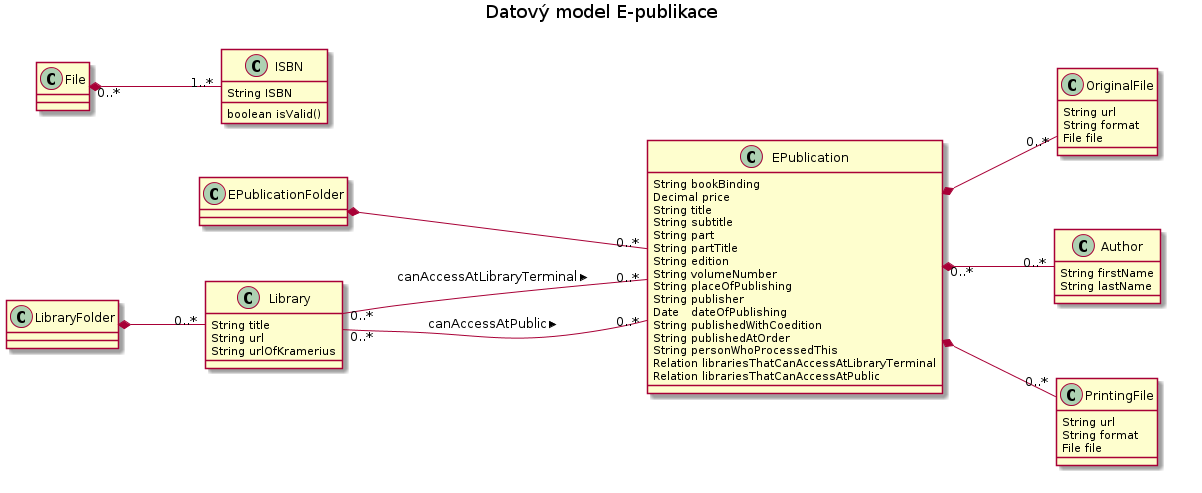
Above: docs/dm01.png in edeposit/edeposit.policy (PlantUML), before the change.
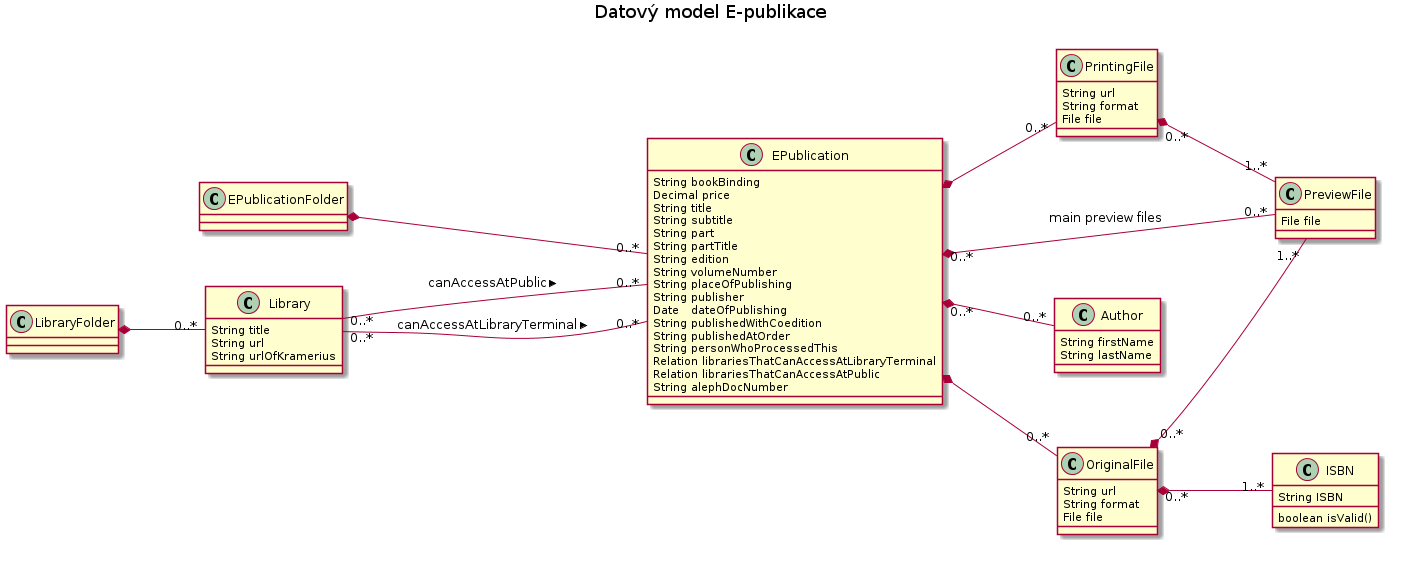
Above is the later version.

Commit message:
added new content PreviewFile

Change to the diagram source:
```diff
@@ -12,6 +12,10 @@
 class ISBN {
       String ISBN
       boolean isValid()
+}
+
+class PreviewFile {
+      File file
 }
 
 class OriginalFile {
@@ -48,6 +52,7 @@
       String personWhoProcessedThis
       Relation librariesThatCanAccessAtLibraryTerminal
       Relation librariesThatCanAccessAtPublic
+      String alephDocNumber
 }
 
 class EPublicationFolder {
@@ -62,7 +67,10 @@
 EPublication *-- "0..*" OriginalFile
 EPublication *-- "0..*" PrintingFile
 EPublication "0..*" *-- "0..*" Author
-File "0..*" *-- "1..*" ISBN
+EPublication "0..*" *-- "0..*" PreviewFile: main preview files
+OriginalFile "0..*" *-- "1..*" ISBN
+OriginalFile "0..*" *-- "1..*" PreviewFile
+PrintingFile "0..*" *-- "1..*" PreviewFile
 EPublicationFolder *-- "0..*" EPublication
 LibraryFolder *-- "0..*" Library
 
```
